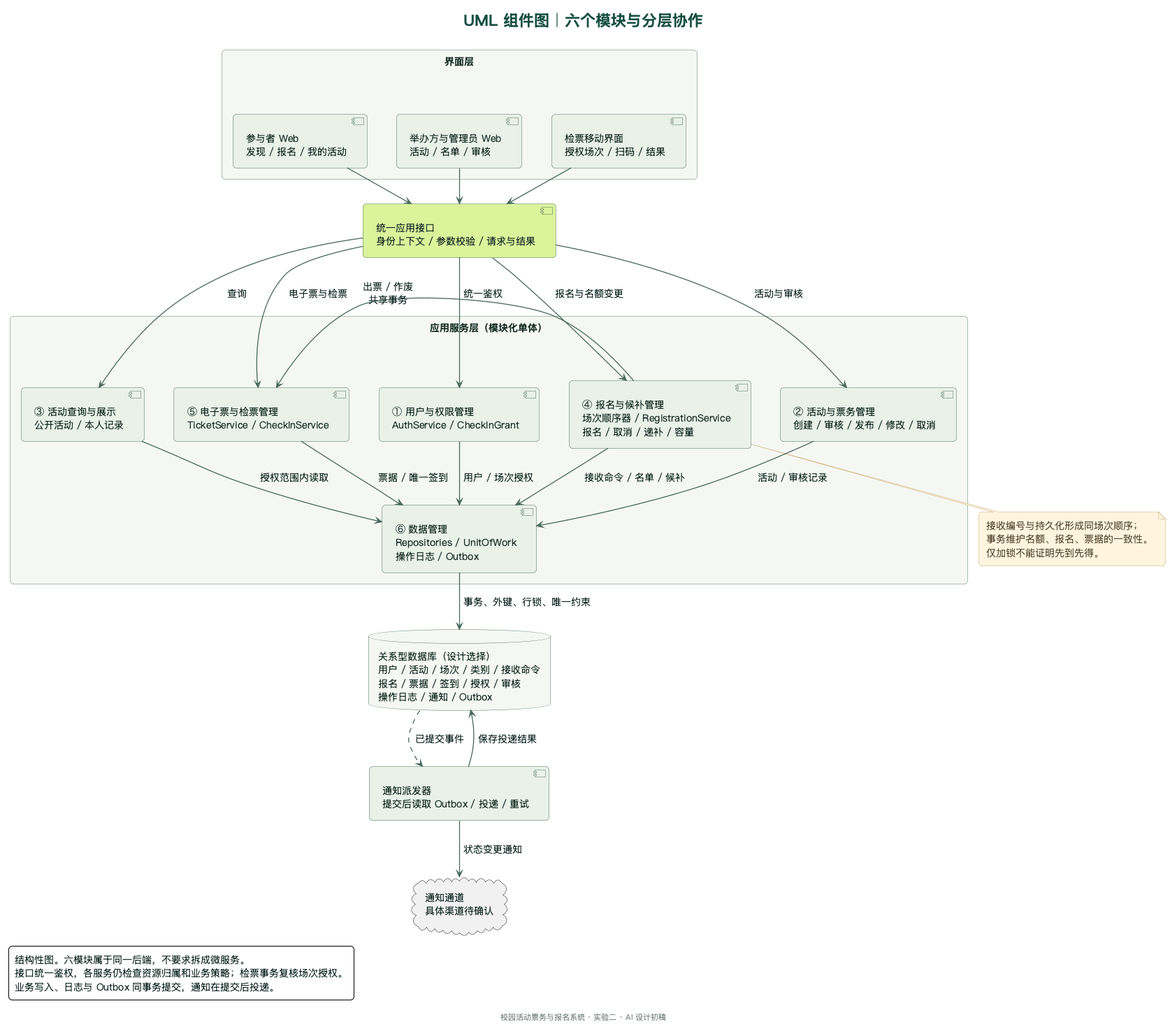
This is Lab_2/UML/02-UML组件图.png from DyHamster/campus-event-registration, a PlantUML export, as it was before one commit.
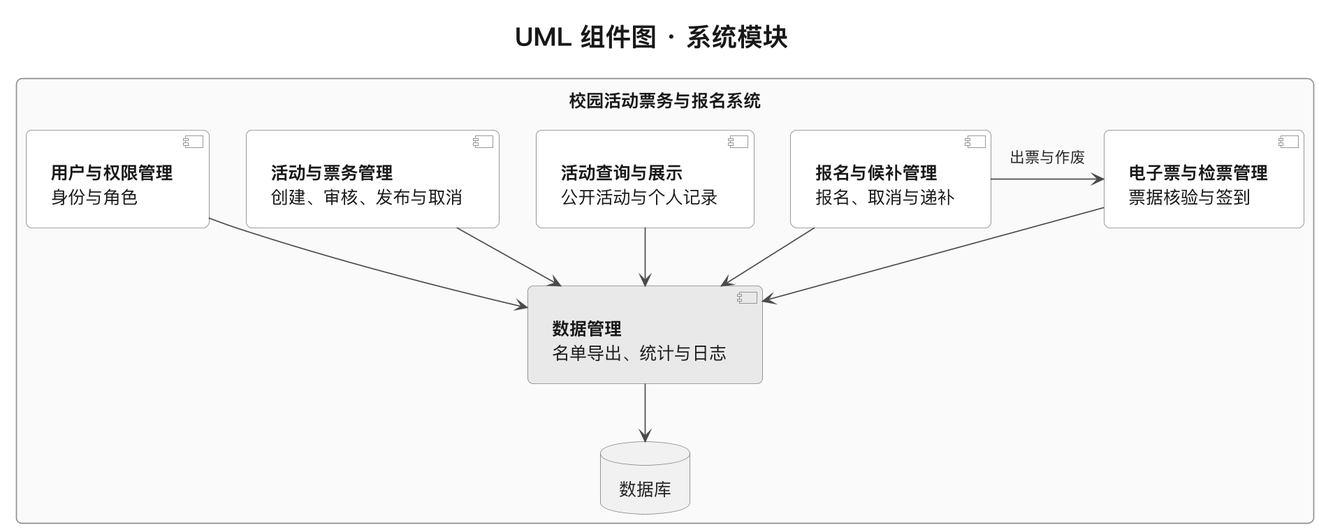
The same diagram one commit later.

What changed in the source:
```diff
@@ -1,59 +1,26 @@
 @startuml
 !pragma layout smetana
 !include _style.iuml
-title UML 组件图｜六个模块与分层协作
-top to bottom direction
+title UML 组件图 · 系统模块
 
-rectangle "界面层" {
-  component "参与者 Web\n发现 / 报名 / 我的活动" as ParticipantUI
-  component "举办方与管理员 Web\n活动 / 名单 / 审核" as AdminUI
-  component "检票移动界面\n授权场次 / 扫码 / 结果" as CheckUI
-  ParticipantUI -[hidden]right-> AdminUI
-  AdminUI -[hidden]right-> CheckUI
+rectangle "校园活动票务与报名系统" {
+  component "<b>用户与权限管理</b>\n身份与角色" as Auth
+  component "<b>活动与票务管理</b>\n创建、审核、发布与取消" as Event
+  component "<b>活动查询与展示</b>\n公开活动与个人记录" as Query
+  component "<b>报名与候补管理</b>\n报名、取消与递补" as Registration
+  component "<b>电子票与检票管理</b>\n票据核验与签到" as Ticket
+  component "<b>数据管理</b>\n名单导出、统计与日志" as Data #E9E9E9
+  database "数据库" as Database
+
+  Auth -[hidden]right-> Event
+  Event -[hidden]right-> Query
+  Query -[hidden]right-> Registration
+  Auth --> Data
+  Event --> Data
+  Query --> Data
+  Registration --> Data
+  Ticket --> Data
+  Registration -right-> Ticket : 出票与作废
+  Data --> Database
 }
-component "统一应用接口\n身份上下文 / 参数校验 / 请求与结果" as API #DAF29A
-
-rectangle "应用服务层（模块化单体）" {
-  component "① 用户与权限管理\nAuthService / CheckInGrant" as Auth
-  component "② 活动与票务管理\n创建 / 审核 / 发布 / 修改 / 取消" as Event
-  component "③ 活动查询与展示\n公开活动 / 本人记录" as Query
-  component "④ 报名与候补管理\n场次顺序器 / RegistrationService\n报名 / 取消 / 递补 / 容量" as Reg
-  component "⑤ 电子票与检票管理\nTicketService / CheckInService" as Ticket
-  component "⑥ 数据管理\nRepositories / UnitOfWork\n操作日志 / Outbox" as Data
-  Event -[hidden]right-> Query
-  Query -[hidden]right-> Reg
-  Reg -right-> Ticket : 出票 / 作废\n共享事务
-}
-database "关系型数据库（设计选择）\n用户 / 活动 / 场次 / 类别 / 接收命令\n报名 / 票据 / 签到 / 授权 / 审核\n操作日志 / 通知 / Outbox" as DB
-component "通知派发器\n提交后读取 Outbox / 投递 / 重试" as Dispatcher
-cloud "通知通道\n具体渠道待确认" as Channel
-
-ParticipantUI --> API
-AdminUI --> API
-CheckUI --> API
-API --> Auth : 统一鉴权
-API --> Event : 活动与审核
-API --> Query : 查询
-API --> Reg : 报名与名额变更
-API --> Ticket : 电子票与检票
-Auth --> Data : 用户 / 场次授权
-Event --> Data : 活动 / 审核记录
-Query --> Data : 授权范围内读取
-Reg --> Data : 接收命令 / 名单 / 候补
-Ticket --> Data : 票据 / 唯一签到
-Data --> DB : 事务、外键、行锁、唯一约束
-DB ..> Dispatcher : 已提交事件
-Dispatcher --> Channel : 状态变更通知
-Dispatcher --> DB : 保存投递结果
-
-note bottom of Reg
-  接收编号与持久化形成同场次顺序；
-  事务维护名额、报名、票据的一致性。
-  仅加锁不能证明先到先得。
-end note
-legend left
-  结构性图。六模块属于同一后端，不要求拆成微服务。
-  接口统一鉴权，各服务仍检查资源归属和业务策略；检票事务复核场次授权。
-  业务写入、日志与 Outbox 同事务提交，通知在提交后投递。
-endlegend
 @enduml
```
